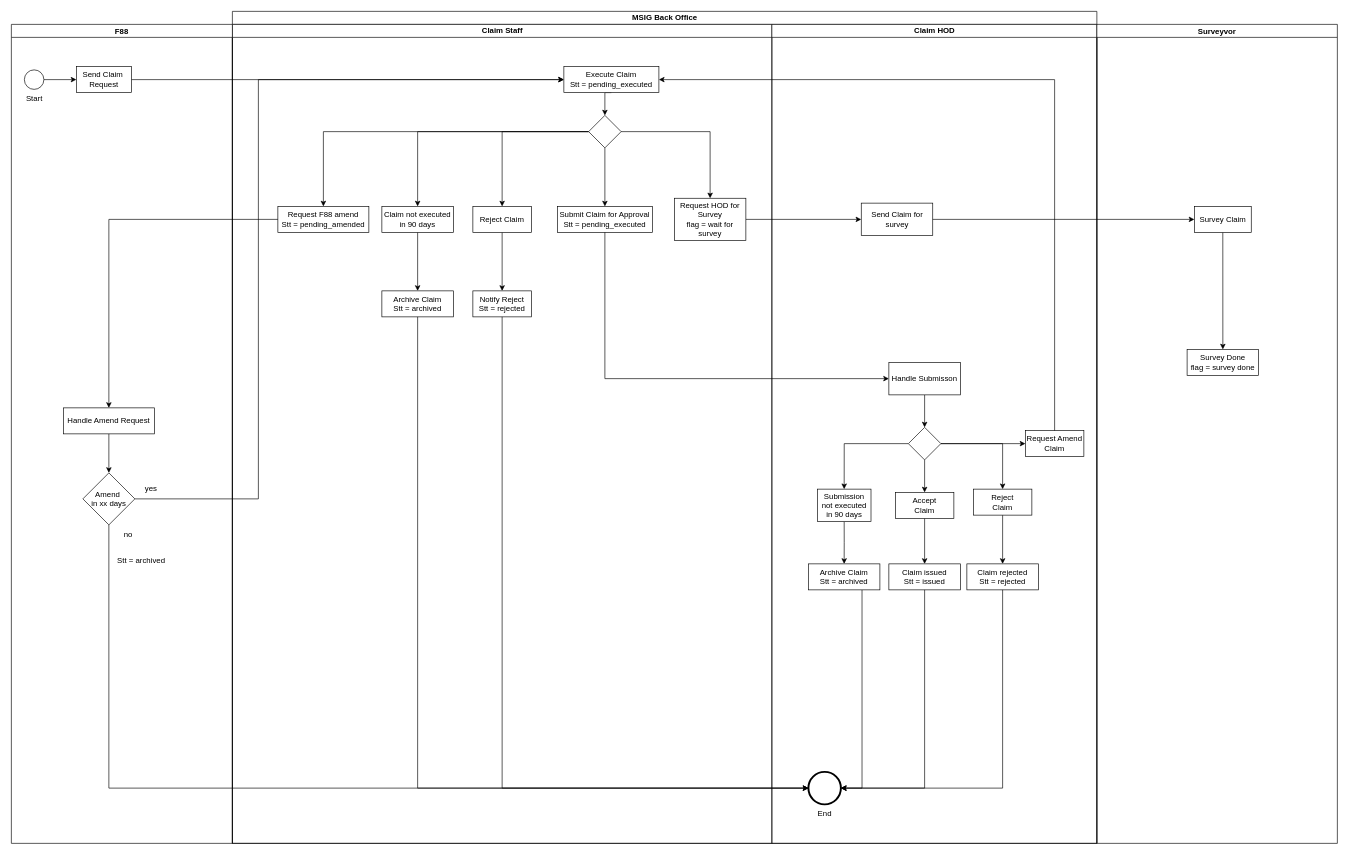
Chris-25/Book keeps this draw.io diagram as Copy of Untitled Diagram.drawio. Above is the earlier version. Source tidied: cells renumbered, new cells numbered last; positions are measured from the earlier drawing's top-left corner, leaving out a move shared by most shapes. Both pictures are drawn from the tidied source at 65%, with x=0, y=0 at pixel (11, 11).
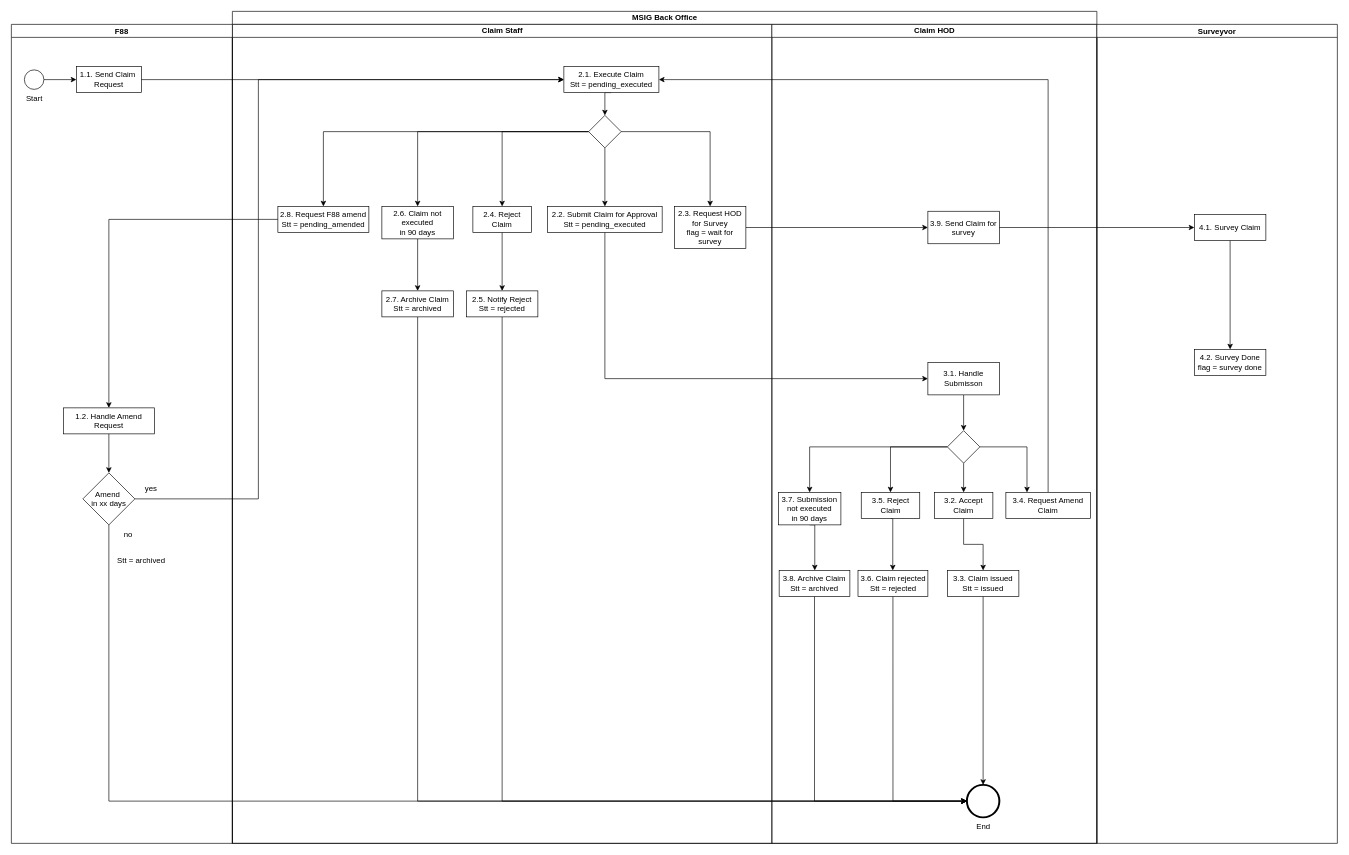
The same diagram, later.

The change refers to these unchanged cells:
```xml
<mxCell id="2" value="MSIG Back Office" style="swimlane;html=1;startSize=20;" parent="1" vertex="1">
  <mxGeometry x="340" width="1330" height="1280" as="geometry" />
</mxCell>
<mxCell id="4" value="Claim Staff" style="swimlane;html=1;startSize=20;" parent="2" vertex="1">
  <mxGeometry y="20" width="830" height="1260" as="geometry" />
</mxCell>
<mxCell id="22" value="Claim HOD" style="swimlane;html=1;startSize=20;" parent="2" vertex="1">
  <mxGeometry x="830" y="20" width="500" height="1260" as="geometry" />
</mxCell>
<mxCell id="49" value="F88" style="swimlane;startSize=20;" parent="1" vertex="1">
  <mxGeometry y="20" width="340" height="1260" as="geometry" />
</mxCell>
<mxCell id="60" value="Surveyvor" style="swimlane;startSize=20;" parent="1" vertex="1">
  <mxGeometry x="1670" y="20" width="370" height="1260" as="geometry" />
</mxCell>
```

The edit, as a diff of the source:
```diff
@@
+    <mxCell id="45" style="edgeStyle=orthogonalEdgeStyle;rounded=0;jettySize=auto;html=1;exitX=0.5;exitY=0;exitDx=0;exitDy=0;entryX=1;entryY=0.5;entryDx=0;entryDy=0;" parent="2" edge="1" source="41" target="6">
+      <mxGeometry relative="1" as="geometry" />
+    </mxCell>
+    <mxCell id="46" style="edgeStyle=orthogonalEdgeStyle;rounded=0;jettySize=auto;html=1;exitX=0.5;exitY=1;exitDx=0;exitDy=0;entryX=0;entryY=0.5;entryDx=0;entryDy=0;entryPerimeter=0;" parent="2" edge="1" source="17" target="42">
+      <mxGeometry relative="1" as="geometry" />
+    </mxCell>
+    <mxCell id="47" style="edgeStyle=orthogonalEdgeStyle;rounded=0;jettySize=auto;html=1;exitX=0.5;exitY=1;exitDx=0;exitDy=0;entryX=0;entryY=0.5;entryDx=0;entryDy=0;" parent="2" edge="1" source="20" target="25">
+      <mxGeometry relative="1" as="geometry" />
+    </mxCell>
+    <mxCell id="48" style="edgeStyle=orthogonalEdgeStyle;rounded=0;jettySize=auto;html=1;exitX=0.5;exitY=1;exitDx=0;exitDy=0;entryX=0;entryY=0.5;entryDx=0;entryDy=0;entryPerimeter=0;" parent="2" edge="1" source="21" target="42">
+      <mxGeometry relative="1" as="geometry" />
+    </mxCell>
@@
-    <mxCell id="6" value="Execute Claim&lt;br&gt;Stt = pending_executed" style="rounded=0;whiteSpace=wrap;html=1;" parent="4" vertex="1">
+    <mxCell id="6" value="2.1. Execute Claim&lt;br&gt;Stt = pending_executed" style="rounded=0;whiteSpace=wrap;html=1;" parent="4" vertex="1">
       <mxGeometry x="510" y="65" width="146.2" height="40" as="geometry" />
     </mxCell>
@@
-    <mxCell id="14" value="Claim not executed &lt;br&gt;in 90 days" style="rounded=0;whiteSpace=wrap;html=1;" parent="4" vertex="1">
-      <mxGeometry x="230" y="280" width="110" height="40" as="geometry" />
+    <mxCell id="14" value="2.6. Claim not executed &lt;br&gt;in 90 days" style="rounded=0;whiteSpace=wrap;html=1;" parent="4" vertex="1">
+      <mxGeometry x="230" y="280" width="110" height="50" as="geometry" />
     </mxCell>
@@
-    <mxCell id="16" value="Reject Claim" style="rounded=0;whiteSpace=wrap;html=1;" parent="4" vertex="1">
+    <mxCell id="16" value="2.4. Reject Claim" style="rounded=0;whiteSpace=wrap;html=1;" parent="4" vertex="1">
       <mxGeometry x="370" y="280" width="90" height="40" as="geometry" />
     </mxCell>
-    <mxCell id="17" value="Archive Claim&lt;br&gt;Stt = archived" style="rounded=0;whiteSpace=wrap;html=1;" parent="4" vertex="1">
+    <mxCell id="17" value="2.7. Archive Claim&lt;br&gt;Stt = archived" style="rounded=0;whiteSpace=wrap;html=1;" parent="4" vertex="1">
       <mxGeometry x="230" y="410" width="110" height="40" as="geometry" />
     </mxCell>
-    <mxCell id="18" value="Request HOD for Survey&lt;br&gt;flag = wait for survey" style="rounded=0;whiteSpace=wrap;html=1;" parent="4" vertex="1">
-      <mxGeometry x="680" y="267.5" width="110" height="65" as="geometry" />
+    <mxCell id="18" value="2.3. Request HOD for Survey&lt;br&gt;flag = wait for survey" style="rounded=0;whiteSpace=wrap;html=1;" parent="4" vertex="1">
+      <mxGeometry x="680" y="280" width="110" height="65" as="geometry" />
     </mxCell>
-    <mxCell id="19" value="Request F88 amend&lt;br&gt;Stt = pending_amended" style="rounded=0;whiteSpace=wrap;html=1;" parent="4" vertex="1">
+    <mxCell id="19" value="2.8. Request F88 amend&lt;br&gt;Stt = pending_amended" style="rounded=0;whiteSpace=wrap;html=1;" parent="4" vertex="1">
       <mxGeometry x="70" y="280" width="140" height="40" as="geometry" />
     </mxCell>
-    <mxCell id="20" value="Submit Claim for Approval&lt;br&gt;Stt = pending_executed" style="rounded=0;whiteSpace=wrap;html=1;" parent="4" vertex="1">
-      <mxGeometry x="500" y="280" width="146.2" height="40" as="geometry" />
+    <mxCell id="20" value="2.2. Submit Claim for Approval&lt;br&gt;Stt = pending_executed" style="rounded=0;whiteSpace=wrap;html=1;" parent="4" vertex="1">
+      <mxGeometry x="485" y="280" width="176.2" height="40" as="geometry" />
     </mxCell>
-    <mxCell id="21" value="Notify Reject&lt;br&gt;Stt = rejected" style="rounded=0;whiteSpace=wrap;html=1;" parent="4" vertex="1">
-      <mxGeometry x="370" y="410" width="90" height="40" as="geometry" />
+    <mxCell id="21" value="2.5. Notify Reject&lt;br&gt;Stt = rejected" style="rounded=0;whiteSpace=wrap;html=1;" parent="4" vertex="1">
+      <mxGeometry x="360" y="410" width="110" height="40" as="geometry" />
     </mxCell>
@@
-    <mxCell id="23" value="Send Claim for survey" style="rounded=0;whiteSpace=wrap;html=1;" parent="22" vertex="1">
-      <mxGeometry x="137.5" y="275" width="110" height="50" as="geometry" />
+    <mxCell id="23" value="3.9. Send Claim for survey" style="rounded=0;whiteSpace=wrap;html=1;" parent="22" vertex="1">
+      <mxGeometry x="240" y="287.5" width="110" height="50" as="geometry" />
     </mxCell>
@@
-    <mxCell id="25" value="Handle Submisson" style="rounded=0;whiteSpace=wrap;html=1;" parent="22" vertex="1">
-      <mxGeometry x="180" y="520" width="110" height="50" as="geometry" />
+    <mxCell id="25" value="3.1. Handle Submisson" style="rounded=0;whiteSpace=wrap;html=1;" parent="22" vertex="1">
+      <mxGeometry x="240" y="520" width="110" height="50" as="geometry" />
     </mxCell>
@@
+    <mxCell id="29" style="edgeStyle=orthogonalEdgeStyle;rounded=0;jettySize=auto;html=1;exitX=1;exitY=0.5;exitDx=0;exitDy=0;exitPerimeter=0;entryX=0.25;entryY=0;entryDx=0;entryDy=0;" parent="22" edge="1" source="30" target="41">
+      <mxGeometry relative="1" as="geometry" />
+    </mxCell>
-    <mxCell id="28" style="edgeStyle=orthogonalEdgeStyle;rounded=0;jettySize=auto;html=1;exitX=1;exitY=0.5;exitDx=0;exitDy=0;exitPerimeter=0;entryX=0.5;entryY=0;entryDx=0;entryDy=0;" parent="22" edge="1" source="30" target="39">
+    <mxCell id="28" style="edgeStyle=orthogonalEdgeStyle;rounded=0;jettySize=auto;html=1;exitX=0;exitY=0.5;exitDx=0;exitDy=0;exitPerimeter=0;entryX=0.5;entryY=0;entryDx=0;entryDy=0;" parent="22" edge="1" source="30" target="39">
       <mxGeometry relative="1" as="geometry" />
     </mxCell>
-    <mxCell id="29" style="edgeStyle=orthogonalEdgeStyle;rounded=0;jettySize=auto;html=1;exitX=1;exitY=0.5;exitDx=0;exitDy=0;exitPerimeter=0;entryX=0;entryY=0.5;entryDx=0;entryDy=0;" parent="22" edge="1" source="30" target="41">
-      <mxGeometry relative="1" as="geometry" />
-    </mxCell>
     <mxCell id="30" style="points=[[0.25,0.25,0],[0.5,0,0],[0.75,0.25,0],[1,0.5,0],[0.75,0.75,0],[0.5,1,0],[0.25,0.75,0],[0,0.5,0]];shape=mxgraph.bpmn.gateway2;html=1;verticalLabelPosition=bottom;labelBackgroundColor=#ffffff;verticalAlign=top;align=center;perimeter=rhombusPerimeter;outlineConnect=0;outline=none;symbol=none;" parent="22" vertex="1">
-      <mxGeometry x="210" y="620" width="50" height="50" as="geometry" />
+      <mxGeometry x="270" y="625" width="50" height="50" as="geometry" />
     </mxCell>
     <mxCell id="31" style="edgeStyle=orthogonalEdgeStyle;rounded=0;jettySize=auto;html=1;exitX=0.5;exitY=1;exitDx=0;exitDy=0;" parent="22" edge="1" source="32" target="34">
-      <mxGeometry relative="1" as="geometry" />
+      <mxGeometry relative="1" as="geometry">
+        <Array as="points">
+          <mxPoint x="66" y="770" />
+        </Array>
+      </mxGeometry>
     </mxCell>
-    <mxCell id="32" value="Submission not executed &lt;br&gt;in 90 days" style="rounded=0;whiteSpace=wrap;html=1;" parent="22" vertex="1">
-      <mxGeometry x="70" y="715" width="82.5" height="50" as="geometry" />
+    <mxCell id="32" value="3.7. Submission not executed &lt;br&gt;in 90 days" style="rounded=0;whiteSpace=wrap;html=1;" parent="22" vertex="1">
+      <mxGeometry x="10" y="720" width="96.2" height="50" as="geometry" />
     </mxCell>
-    <mxCell id="33" style="edgeStyle=orthogonalEdgeStyle;rounded=0;jettySize=auto;html=1;exitX=0.75;exitY=1;exitDx=0;exitDy=0;entryX=1;entryY=0.5;entryDx=0;entryDy=0;entryPerimeter=0;" parent="22" edge="1" source="34" target="42">
+    <mxCell id="33" style="edgeStyle=orthogonalEdgeStyle;rounded=0;jettySize=auto;html=1;exitX=0.5;exitY=1;exitDx=0;exitDy=0;entryX=0;entryY=0.5;entryDx=0;entryDy=0;entryPerimeter=0;" parent="22" edge="1" source="34" target="42">
       <mxGeometry relative="1" as="geometry" />
     </mxCell>
-    <mxCell id="34" value="Archive Claim&lt;br&gt;Stt = archived" style="rounded=0;whiteSpace=wrap;html=1;" parent="22" vertex="1">
-      <mxGeometry x="56.2" y="830" width="110" height="40" as="geometry" />
+    <mxCell id="34" value="3.8. Archive Claim&lt;br&gt;Stt = archived" style="rounded=0;whiteSpace=wrap;html=1;" parent="22" vertex="1">
+      <mxGeometry x="11.2" y="840" width="108.8" height="40" as="geometry" />
     </mxCell>
@@
-    <mxCell id="36" value="Accept&lt;br&gt;Claim" style="rounded=0;whiteSpace=wrap;html=1;" parent="22" vertex="1">
-      <mxGeometry x="190" y="720" width="90" height="40" as="geometry" />
+    <mxCell id="36" value="3.2. Accept&lt;br&gt;Claim" style="rounded=0;whiteSpace=wrap;html=1;" parent="22" vertex="1">
+      <mxGeometry x="250" y="720" width="90" height="40" as="geometry" />
     </mxCell>
+    <mxCell id="44" style="edgeStyle=orthogonalEdgeStyle;rounded=0;jettySize=auto;html=1;exitX=0.5;exitY=1;exitDx=0;exitDy=0;" parent="22" edge="1" source="37" target="42">
+      <mxGeometry relative="1" as="geometry" />
+    </mxCell>
-    <mxCell id="37" value="Claim issued&lt;br&gt;Stt = issued" style="rounded=0;whiteSpace=wrap;html=1;" parent="22" vertex="1">
-      <mxGeometry x="180" y="830" width="110" height="40" as="geometry" />
+    <mxCell id="37" value="3.3. Claim issued&lt;br&gt;Stt = issued" style="rounded=0;whiteSpace=wrap;html=1;" parent="22" vertex="1">
+      <mxGeometry x="270" y="840" width="110" height="40" as="geometry" />
     </mxCell>
     <mxCell id="38" style="edgeStyle=orthogonalEdgeStyle;rounded=0;jettySize=auto;html=1;exitX=0.5;exitY=1;exitDx=0;exitDy=0;" parent="22" edge="1" source="39" target="40">
-      <mxGeometry relative="1" as="geometry" />
+      <mxGeometry relative="1" as="geometry">
+        <Array as="points">
+          <mxPoint x="186" y="760" />
+        </Array>
+      </mxGeometry>
     </mxCell>
-    <mxCell id="39" value="Reject&lt;br&gt;Claim" style="rounded=0;whiteSpace=wrap;html=1;" parent="22" vertex="1">
-      <mxGeometry x="310" y="715" width="90" height="40" as="geometry" />
+    <mxCell id="39" value="3.5. Reject&lt;br&gt;Claim" style="rounded=0;whiteSpace=wrap;html=1;" parent="22" vertex="1">
+      <mxGeometry x="137.5" y="720" width="90" height="40" as="geometry" />
     </mxCell>
+    <mxCell id="43" style="edgeStyle=orthogonalEdgeStyle;rounded=0;jettySize=auto;html=1;exitX=0.5;exitY=1;exitDx=0;exitDy=0;entryX=0;entryY=0.5;entryDx=0;entryDy=0;entryPerimeter=0;" parent="22" edge="1" source="40" target="42">
+      <mxGeometry relative="1" as="geometry" />
+    </mxCell>
-    <mxCell id="40" value="Claim rejected&lt;br&gt;Stt = rejected" style="rounded=0;whiteSpace=wrap;html=1;" parent="22" vertex="1">
-      <mxGeometry x="300" y="830" width="110" height="40" as="geometry" />
+    <mxCell id="40" value="3.6. Claim rejected&lt;br&gt;Stt = rejected" style="rounded=0;whiteSpace=wrap;html=1;" parent="22" vertex="1">
+      <mxGeometry x="132.5" y="840" width="107.5" height="40" as="geometry" />
     </mxCell>
-    <mxCell id="41" value="Request Amend&lt;br&gt;Claim" style="rounded=0;whiteSpace=wrap;html=1;" parent="22" vertex="1">
-      <mxGeometry x="390" y="625" width="90" height="40" as="geometry" />
+    <mxCell id="41" value="3.4. Request Amend&lt;br&gt;Claim" style="rounded=0;whiteSpace=wrap;html=1;" parent="22" vertex="1">
+      <mxGeometry x="360" y="720" width="130" height="40" as="geometry" />
     </mxCell>
     <mxCell id="42" value="End" style="points=[[0.145,0.145,0],[0.5,0,0],[0.855,0.145,0],[1,0.5,0],[0.855,0.855,0],[0.5,1,0],[0.145,0.855,0],[0,0.5,0]];shape=mxgraph.bpmn.event;html=1;verticalLabelPosition=bottom;labelBackgroundColor=#ffffff;verticalAlign=top;align=center;perimeter=ellipsePerimeter;outlineConnect=0;outline=end;symbol=terminate2;" parent="22" vertex="1">
-      <mxGeometry x="56.2" y="1150" width="50" height="50" as="geometry" />
+      <mxGeometry x="300" y="1170" width="50" height="50" as="geometry" />
     </mxCell>
-    <mxCell id="43" style="edgeStyle=orthogonalEdgeStyle;rounded=0;jettySize=auto;html=1;exitX=0.5;exitY=1;exitDx=0;exitDy=0;entryX=1;entryY=0.5;entryDx=0;entryDy=0;entryPerimeter=0;" parent="22" edge="1" source="40" target="42">
-      <mxGeometry relative="1" as="geometry" />
-    </mxCell>
-    <mxCell id="44" style="edgeStyle=orthogonalEdgeStyle;rounded=0;jettySize=auto;html=1;exitX=0.5;exitY=1;exitDx=0;exitDy=0;entryX=1;entryY=0.5;entryDx=0;entryDy=0;entryPerimeter=0;" parent="22" edge="1" source="37" target="42">
-      <mxGeometry relative="1" as="geometry" />
-    </mxCell>
-    <mxCell id="45" style="edgeStyle=orthogonalEdgeStyle;rounded=0;jettySize=auto;html=1;exitX=0.5;exitY=0;exitDx=0;exitDy=0;entryX=1;entryY=0.5;entryDx=0;entryDy=0;" parent="2" edge="1" source="41" target="6">
-      <mxGeometry relative="1" as="geometry" />
-    </mxCell>
-    <mxCell id="46" style="edgeStyle=orthogonalEdgeStyle;rounded=0;jettySize=auto;html=1;exitX=0.5;exitY=1;exitDx=0;exitDy=0;entryX=0;entryY=0.5;entryDx=0;entryDy=0;entryPerimeter=0;" parent="2" edge="1" source="17" target="42">
-      <mxGeometry relative="1" as="geometry" />
-    </mxCell>
-    <mxCell id="47" style="edgeStyle=orthogonalEdgeStyle;rounded=0;jettySize=auto;html=1;exitX=0.5;exitY=1;exitDx=0;exitDy=0;entryX=0;entryY=0.5;entryDx=0;entryDy=0;" parent="2" edge="1" source="20" target="25">
-      <mxGeometry relative="1" as="geometry" />
-    </mxCell>
-    <mxCell id="48" style="edgeStyle=orthogonalEdgeStyle;rounded=0;jettySize=auto;html=1;exitX=0.5;exitY=1;exitDx=0;exitDy=0;entryX=0;entryY=0.5;entryDx=0;entryDy=0;entryPerimeter=0;" parent="2" edge="1" source="21" target="42">
-      <mxGeometry relative="1" as="geometry" />
-    </mxCell>
@@
-    <mxCell id="52" value="Send Claim&amp;nbsp;&lt;br&gt;Request" style="rounded=0;whiteSpace=wrap;html=1;" parent="49" vertex="1">
-      <mxGeometry x="100" y="65" width="85" height="40" as="geometry" />
+    <mxCell id="52" value="1.1. Send Claim&amp;nbsp;&lt;br&gt;Request" style="rounded=0;whiteSpace=wrap;html=1;" parent="49" vertex="1">
+      <mxGeometry x="100" y="65" width="100" height="40" as="geometry" />
     </mxCell>
@@
-    <mxCell id="54" value="Handle Amend Request" style="rounded=0;whiteSpace=wrap;html=1;" parent="49" vertex="1">
+    <mxCell id="54" value="1.2. Handle Amend Request" style="rounded=0;whiteSpace=wrap;html=1;" parent="49" vertex="1">
       <mxGeometry x="80" y="590" width="140" height="40" as="geometry" />
     </mxCell>
@@
-    <mxCell id="62" value="Survey Claim" style="rounded=0;whiteSpace=wrap;html=1;" parent="60" vertex="1">
-      <mxGeometry x="150" y="280" width="87.5" height="40" as="geometry" />
+    <mxCell id="62" value="4.1. Survey Claim" style="rounded=0;whiteSpace=wrap;html=1;" parent="60" vertex="1">
+      <mxGeometry x="150" y="292.5" width="110" height="40" as="geometry" />
     </mxCell>
-    <mxCell id="63" value="Survey Done&lt;br&gt;flag = survey done" style="rounded=0;whiteSpace=wrap;html=1;" parent="60" vertex="1">
-      <mxGeometry x="138.8" y="500" width="110" height="40" as="geometry" />
+    <mxCell id="63" value="4.2. Survey Done&lt;br&gt;flag = survey done" style="rounded=0;whiteSpace=wrap;html=1;" parent="60" vertex="1">
+      <mxGeometry x="150" y="500" width="110" height="40" as="geometry" />
     </mxCell>
+    <mxCell id="68" style="edgeStyle=orthogonalEdgeStyle;rounded=0;orthogonalLoop=1;jettySize=auto;html=1;exitX=0.5;exitY=1;exitDx=0;exitDy=0;" parent="60" edge="1" source="63" target="63">
+      <mxGeometry relative="1" as="geometry" />
+    </mxCell>
```
